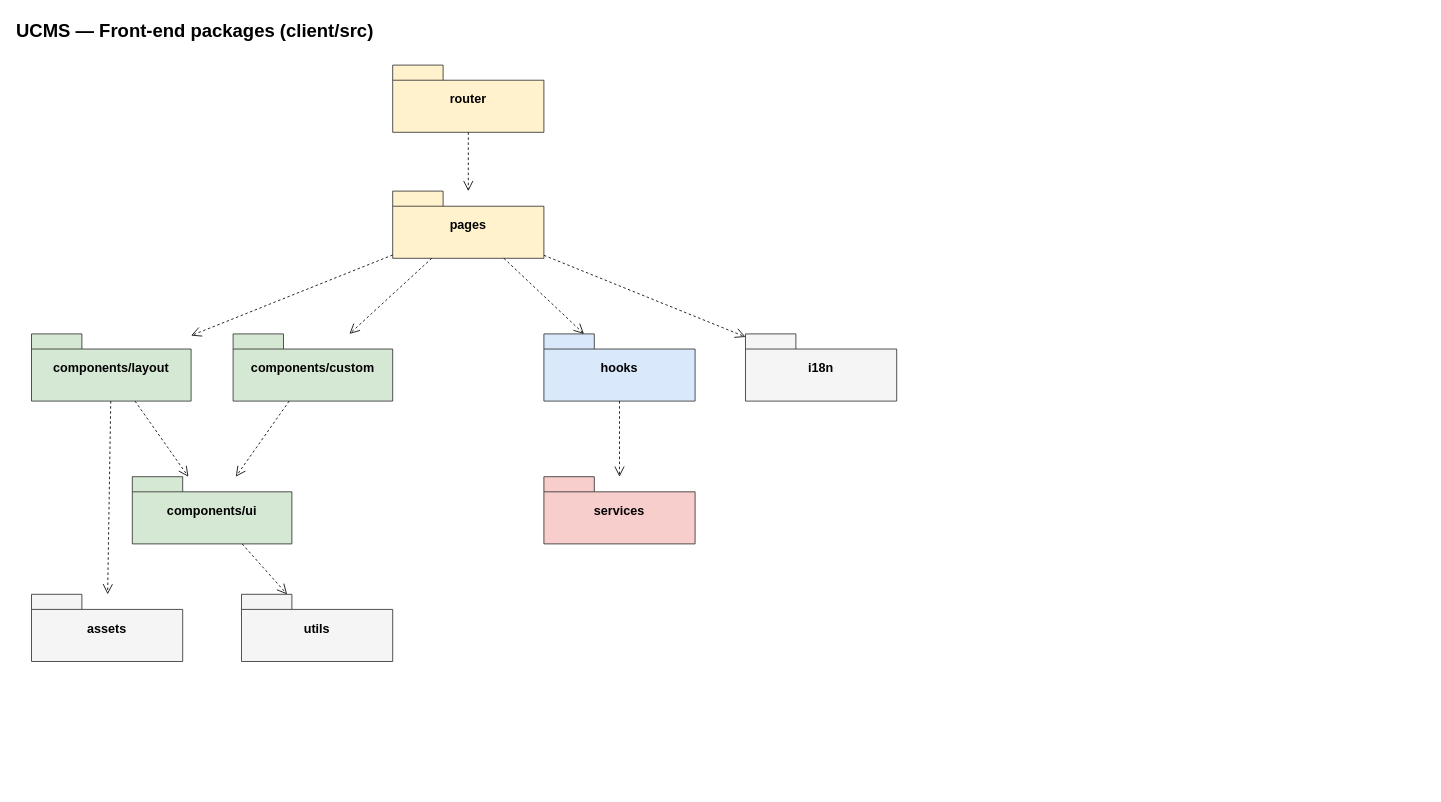
nvdekay/ClubManagementSystem keeps this draw.io diagram as page "Front-end packages" (1 of 2) of docs/03-diagrams/UCMS_Package_Diagrams.drawio. Above is the earlier version. Source tidied: cells renumbered, new cells numbered last; positions are measured from the earlier drawing's top-left corner, leaving out a move shared by most shapes. Both pictures are drawn from the tidied source at 84%, with x=0, y=0 at pixel (14, 14).
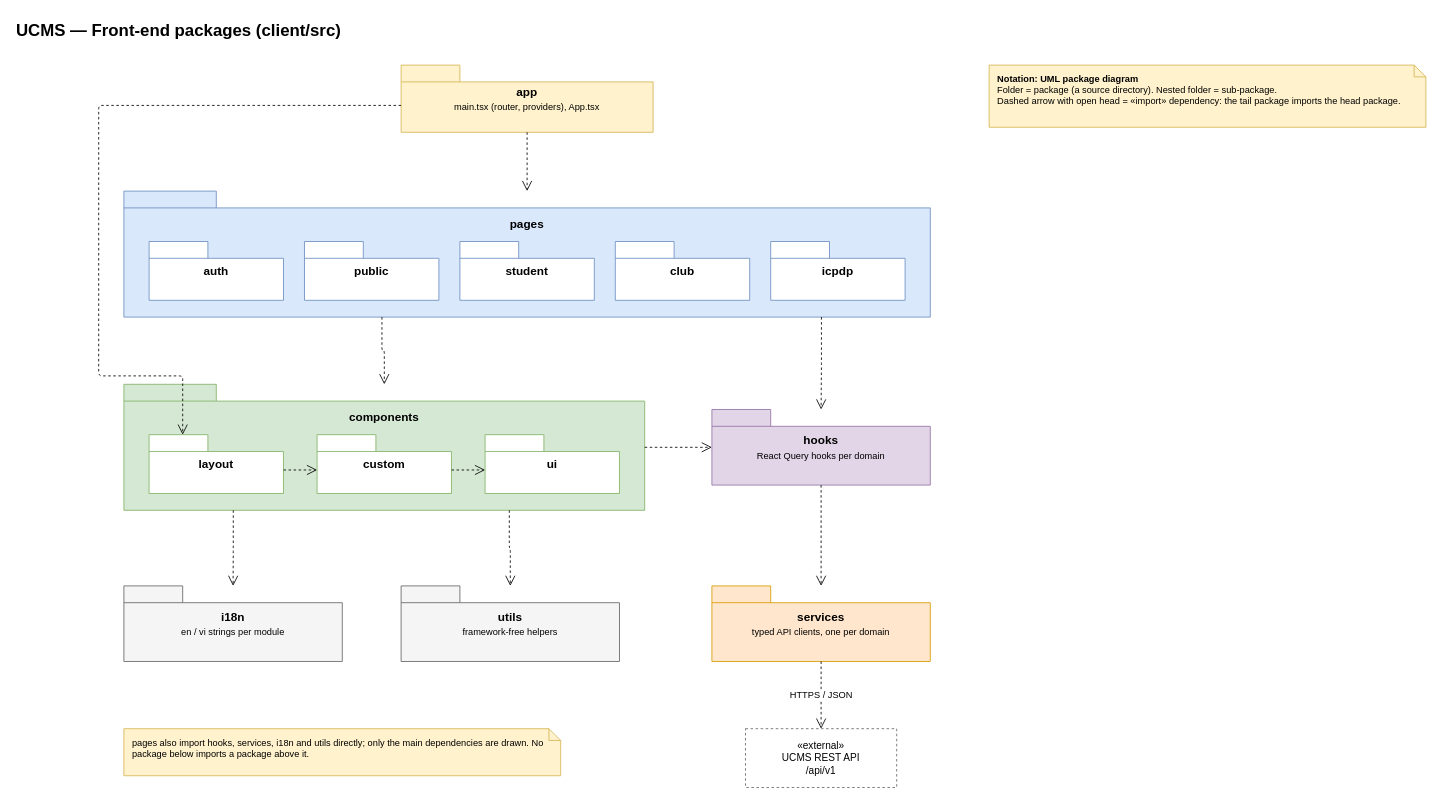
After the change.

Diff of the diagram source:
```diff
@@
-    <mxCell id="2" value="UCMS — Front-end packages (client/src)" style="text;html=1;fontSize=22;fontStyle=1;align=left;verticalAlign=middle;" parent="1" vertex="1">
-      <mxGeometry width="600" height="40" as="geometry" />
+    <mxCell id="2" value="UCMS — Front-end packages (client/src)" style="text;html=1;strokeColor=none;fillColor=none;align=left;verticalAlign=middle;fontSize=20;fontStyle=1;" parent="1" vertex="1">
+      <mxGeometry width="900" height="36" as="geometry" />
     </mxCell>
-    <mxCell id="3" value="router" style="shape=folder;tabWidth=60;tabHeight=18;tabPosition=left;html=1;whiteSpace=wrap;fontSize=15;fontStyle=1;fillColor=#fff2cc;strokeColor=#333333;" parent="1" vertex="1">
-      <mxGeometry x="450" y="60" width="180" height="80" as="geometry" />
-    </mxCell>
+    <mxCell id="23" value="app&lt;br&gt;&lt;span style=&quot;font-weight:normal;font-size:11px&quot;&gt;main.tsx (router, providers), App.tsx&lt;/span&gt;" style="shape=folder;tabWidth=70;tabHeight=20;tabPosition=left;whiteSpace=wrap;html=1;fontStyle=1;fontSize=14;fillColor=#fff2cc;strokeColor=#d6b656;" parent="1" vertex="1">
+      <mxGeometry x="460" y="60" width="300" height="80" as="geometry" />
+    </mxCell>
-    <mxCell id="4" value="pages" style="shape=folder;tabWidth=60;tabHeight=18;tabPosition=left;html=1;whiteSpace=wrap;fontSize=15;fontStyle=1;fillColor=#fff2cc;strokeColor=#333333;" parent="1" vertex="1">
-      <mxGeometry x="450" y="210" width="180" height="80" as="geometry" />
+    <mxCell id="4" value="pages" style="shape=folder;tabWidth=110;tabHeight=20;tabPosition=left;whiteSpace=wrap;html=1;fontStyle=1;fontSize=14;fillColor=#dae8fc;strokeColor=#6c8ebf;verticalAlign=top;spacingTop=24;" parent="1" vertex="1">
+      <mxGeometry x="130" y="210" width="960" height="150" as="geometry" />
     </mxCell>
-    <mxCell id="5" value="components/layout" style="shape=folder;tabWidth=60;tabHeight=18;tabPosition=left;html=1;whiteSpace=wrap;fontSize=15;fontStyle=1;fillColor=#d5e8d4;strokeColor=#333333;" parent="1" vertex="1">
-      <mxGeometry x="20" y="380" width="190" height="80" as="geometry" />
-    </mxCell>
-    <mxCell id="6" value="components/custom" style="shape=folder;tabWidth=60;tabHeight=18;tabPosition=left;html=1;whiteSpace=wrap;fontSize=15;fontStyle=1;fillColor=#d5e8d4;strokeColor=#333333;" parent="1" vertex="1">
-      <mxGeometry x="260" y="380" width="190" height="80" as="geometry" />
-    </mxCell>
-    <mxCell id="7" value="hooks" style="shape=folder;tabWidth=60;tabHeight=18;tabPosition=left;html=1;whiteSpace=wrap;fontSize=15;fontStyle=1;fillColor=#dae8fc;strokeColor=#333333;" parent="1" vertex="1">
-      <mxGeometry x="630" y="380" width="180" height="80" as="geometry" />
-    </mxCell>
-    <mxCell id="8" value="i18n" style="shape=folder;tabWidth=60;tabHeight=18;tabPosition=left;html=1;whiteSpace=wrap;fontSize=15;fontStyle=1;fillColor=#f5f5f5;strokeColor=#333333;" parent="1" vertex="1">
-      <mxGeometry x="870" y="380" width="180" height="80" as="geometry" />
-    </mxCell>
-    <mxCell id="9" value="components/ui" style="shape=folder;tabWidth=60;tabHeight=18;tabPosition=left;html=1;whiteSpace=wrap;fontSize=15;fontStyle=1;fillColor=#d5e8d4;strokeColor=#333333;" parent="1" vertex="1">
-      <mxGeometry x="140" y="550" width="190" height="80" as="geometry" />
-    </mxCell>
-    <mxCell id="10" value="services" style="shape=folder;tabWidth=60;tabHeight=18;tabPosition=left;html=1;whiteSpace=wrap;fontSize=15;fontStyle=1;fillColor=#f8cecc;strokeColor=#333333;" parent="1" vertex="1">
-      <mxGeometry x="630" y="550" width="180" height="80" as="geometry" />
-    </mxCell>
-    <mxCell id="11" value="assets" style="shape=folder;tabWidth=60;tabHeight=18;tabPosition=left;html=1;whiteSpace=wrap;fontSize=15;fontStyle=1;fillColor=#f5f5f5;strokeColor=#333333;" parent="1" vertex="1">
-      <mxGeometry x="20" y="690" width="180" height="80" as="geometry" />
-    </mxCell>
-    <mxCell id="12" value="utils" style="shape=folder;tabWidth=60;tabHeight=18;tabPosition=left;html=1;whiteSpace=wrap;fontSize=15;fontStyle=1;fillColor=#f5f5f5;strokeColor=#333333;" parent="1" vertex="1">
-      <mxGeometry x="270" y="690" width="180" height="80" as="geometry" />
-    </mxCell>
-    <mxCell id="13" style="dashed=1;endArrow=open;endSize=10;html=1;" parent="1" edge="1" source="3" target="4">
-      <mxGeometry relative="1" as="geometry" />
-    </mxCell>
-    <mxCell id="14" style="dashed=1;endArrow=open;endSize=10;html=1;" parent="1" edge="1" source="4" target="5">
-      <mxGeometry relative="1" as="geometry" />
-    </mxCell>
-    <mxCell id="15" style="dashed=1;endArrow=open;endSize=10;html=1;" parent="1" edge="1" source="4" target="6">
-      <mxGeometry relative="1" as="geometry" />
-    </mxCell>
-    <mxCell id="16" style="dashed=1;endArrow=open;endSize=10;html=1;" parent="1" edge="1" source="4" target="7">
-      <mxGeometry relative="1" as="geometry" />
-    </mxCell>
-    <mxCell id="17" style="dashed=1;endArrow=open;endSize=10;html=1;" parent="1" edge="1" source="4" target="8">
-      <mxGeometry relative="1" as="geometry" />
-    </mxCell>
-    <mxCell id="18" style="dashed=1;endArrow=open;endSize=10;html=1;" parent="1" edge="1" source="5" target="9">
-      <mxGeometry relative="1" as="geometry" />
-    </mxCell>
-    <mxCell id="19" style="dashed=1;endArrow=open;endSize=10;html=1;" parent="1" edge="1" source="6" target="9">
-      <mxGeometry relative="1" as="geometry" />
-    </mxCell>
-    <mxCell id="20" style="dashed=1;endArrow=open;endSize=10;html=1;" parent="1" edge="1" source="7" target="10">
-      <mxGeometry relative="1" as="geometry" />
-    </mxCell>
-    <mxCell id="21" style="dashed=1;endArrow=open;endSize=10;html=1;" parent="1" edge="1" source="9" target="12">
-      <mxGeometry relative="1" as="geometry" />
-    </mxCell>
-    <mxCell id="22" style="dashed=1;endArrow=open;endSize=10;html=1;" parent="1" edge="1" source="5" target="11">
-      <mxGeometry relative="1" as="geometry" />
-    </mxCell>
+    <mxCell id="24" value="auth" style="shape=folder;tabWidth=70;tabHeight=20;tabPosition=left;whiteSpace=wrap;html=1;fontStyle=1;fontSize=14;fillColor=#ffffff;strokeColor=#6c8ebf;" parent="1" vertex="1">
+      <mxGeometry x="160" y="270" width="160" height="70" as="geometry" />
+    </mxCell>
+    <mxCell id="25" value="public" style="shape=folder;tabWidth=70;tabHeight=20;tabPosition=left;whiteSpace=wrap;html=1;fontStyle=1;fontSize=14;fillColor=#ffffff;strokeColor=#6c8ebf;" parent="1" vertex="1">
+      <mxGeometry x="345" y="270" width="160" height="70" as="geometry" />
+    </mxCell>
+    <mxCell id="26" value="student" style="shape=folder;tabWidth=70;tabHeight=20;tabPosition=left;whiteSpace=wrap;html=1;fontStyle=1;fontSize=14;fillColor=#ffffff;strokeColor=#6c8ebf;" parent="1" vertex="1">
+      <mxGeometry x="530" y="270" width="160" height="70" as="geometry" />
+    </mxCell>
+    <mxCell id="27" value="club" style="shape=folder;tabWidth=70;tabHeight=20;tabPosition=left;whiteSpace=wrap;html=1;fontStyle=1;fontSize=14;fillColor=#ffffff;strokeColor=#6c8ebf;" parent="1" vertex="1">
+      <mxGeometry x="715" y="270" width="160" height="70" as="geometry" />
+    </mxCell>
+    <mxCell id="28" value="icpdp" style="shape=folder;tabWidth=70;tabHeight=20;tabPosition=left;whiteSpace=wrap;html=1;fontStyle=1;fontSize=14;fillColor=#ffffff;strokeColor=#6c8ebf;" parent="1" vertex="1">
+      <mxGeometry x="900" y="270" width="160" height="70" as="geometry" />
+    </mxCell>
+    <mxCell id="29" value="components" style="shape=folder;tabWidth=110;tabHeight=20;tabPosition=left;whiteSpace=wrap;html=1;fontStyle=1;fontSize=14;fillColor=#d5e8d4;strokeColor=#82b366;verticalAlign=top;spacingTop=24;" parent="1" vertex="1">
+      <mxGeometry x="130" y="440" width="620" height="150" as="geometry" />
+    </mxCell>
+    <mxCell id="30" value="layout" style="shape=folder;tabWidth=70;tabHeight=20;tabPosition=left;whiteSpace=wrap;html=1;fontStyle=1;fontSize=14;fillColor=#ffffff;strokeColor=#82b366;" parent="1" vertex="1">
+      <mxGeometry x="160" y="500" width="160" height="70" as="geometry" />
+    </mxCell>
+    <mxCell id="31" value="custom" style="shape=folder;tabWidth=70;tabHeight=20;tabPosition=left;whiteSpace=wrap;html=1;fontStyle=1;fontSize=14;fillColor=#ffffff;strokeColor=#82b366;" parent="1" vertex="1">
+      <mxGeometry x="360" y="500" width="160" height="70" as="geometry" />
+    </mxCell>
+    <mxCell id="32" value="ui" style="shape=folder;tabWidth=70;tabHeight=20;tabPosition=left;whiteSpace=wrap;html=1;fontStyle=1;fontSize=14;fillColor=#ffffff;strokeColor=#82b366;" parent="1" vertex="1">
+      <mxGeometry x="560" y="500" width="160" height="70" as="geometry" />
+    </mxCell>
+    <mxCell id="33" value="hooks&lt;br&gt;&lt;span style=&quot;font-weight:normal;font-size:11px&quot;&gt;React Query hooks per domain&lt;/span&gt;" style="shape=folder;tabWidth=70;tabHeight=20;tabPosition=left;whiteSpace=wrap;html=1;fontStyle=1;fontSize=14;fillColor=#e1d5e7;strokeColor=#9673a6;" parent="1" vertex="1">
+      <mxGeometry x="830" y="470" width="260" height="90" as="geometry" />
+    </mxCell>
+    <mxCell id="34" value="i18n&lt;br&gt;&lt;span style=&quot;font-weight:normal;font-size:11px&quot;&gt;en / vi strings per module&lt;/span&gt;" style="shape=folder;tabWidth=70;tabHeight=20;tabPosition=left;whiteSpace=wrap;html=1;fontStyle=1;fontSize=14;fillColor=#f5f5f5;strokeColor=#666666;" parent="1" vertex="1">
+      <mxGeometry x="130" y="680" width="260" height="90" as="geometry" />
+    </mxCell>
+    <mxCell id="35" value="utils&lt;br&gt;&lt;span style=&quot;font-weight:normal;font-size:11px&quot;&gt;framework-free helpers&lt;/span&gt;" style="shape=folder;tabWidth=70;tabHeight=20;tabPosition=left;whiteSpace=wrap;html=1;fontStyle=1;fontSize=14;fillColor=#f5f5f5;strokeColor=#666666;" parent="1" vertex="1">
+      <mxGeometry x="460" y="680" width="260" height="90" as="geometry" />
+    </mxCell>
+    <mxCell id="36" value="services&lt;br&gt;&lt;span style=&quot;font-weight:normal;font-size:11px&quot;&gt;typed API clients, one per domain&lt;/span&gt;" style="shape=folder;tabWidth=70;tabHeight=20;tabPosition=left;whiteSpace=wrap;html=1;fontStyle=1;fontSize=14;fillColor=#ffe6cc;strokeColor=#d79b00;" parent="1" vertex="1">
+      <mxGeometry x="830" y="680" width="260" height="90" as="geometry" />
+    </mxCell>
+    <mxCell id="37" value="«external»&lt;br&gt;UCMS REST API&lt;br&gt;/api/v1" style="rounded=0;whiteSpace=wrap;html=1;dashed=1;fontSize=12;fillColor=#ffffff;strokeColor=#666666;" parent="1" vertex="1">
+      <mxGeometry x="870" y="850" width="180" height="70" as="geometry" />
+    </mxCell>
+    <mxCell id="38" style="html=1;rounded=1;arcSize=8;fontSize=11;labelBackgroundColor=#ffffff;dashed=1;endArrow=open;endSize=10;edgeStyle=orthogonalEdgeStyle;exitX=0.5;exitY=1;entryX=0.5;entryY=0;" parent="1" edge="1" source="23" target="4">
+      <mxGeometry relative="1" as="geometry" />
+    </mxCell>
+    <mxCell id="39" style="html=1;rounded=1;arcSize=8;fontSize=11;labelBackgroundColor=#ffffff;dashed=1;endArrow=open;endSize=10;edgeStyle=orthogonalEdgeStyle;exitX=0;exitY=0.6;entryX=0.25;entryY=0;" parent="1" edge="1" source="23" target="30">
+      <mxGeometry relative="1" as="geometry">
+        <Array as="points">
+          <mxPoint x="100" y="108" />
+          <mxPoint x="100" y="430" />
+          <mxPoint x="200" y="430" />
+        </Array>
+      </mxGeometry>
+    </mxCell>
+    <mxCell id="40" style="html=1;rounded=1;arcSize=8;fontSize=11;labelBackgroundColor=#ffffff;dashed=1;endArrow=open;endSize=10;edgeStyle=orthogonalEdgeStyle;exitX=0.32;exitY=1;entryX=0.5;entryY=0;" parent="1" edge="1" source="4" target="29">
+      <mxGeometry relative="1" as="geometry" />
+    </mxCell>
+    <mxCell id="41" style="html=1;rounded=1;arcSize=8;fontSize=11;labelBackgroundColor=#ffffff;dashed=1;endArrow=open;endSize=10;edgeStyle=orthogonalEdgeStyle;exitX=0.865;exitY=1;entryX=0.5;entryY=0;" parent="1" edge="1" source="4" target="33">
+      <mxGeometry relative="1" as="geometry" />
+    </mxCell>
+    <mxCell id="42" style="html=1;rounded=1;arcSize=8;fontSize=11;labelBackgroundColor=#ffffff;dashed=1;endArrow=open;endSize=10;edgeStyle=orthogonalEdgeStyle;exitX=1;exitY=0.5;entryX=0;entryY=0.5;" parent="1" edge="1" source="29" target="33">
+      <mxGeometry relative="1" as="geometry" />
+    </mxCell>
+    <mxCell id="43" style="html=1;rounded=1;arcSize=8;fontSize=11;labelBackgroundColor=#ffffff;dashed=1;endArrow=open;endSize=10;edgeStyle=orthogonalEdgeStyle;exitX=1;exitY=0.6;entryX=0;entryY=0.6;" parent="1" edge="1" source="30" target="31">
+      <mxGeometry relative="1" as="geometry" />
+    </mxCell>
+    <mxCell id="44" style="html=1;rounded=1;arcSize=8;fontSize=11;labelBackgroundColor=#ffffff;dashed=1;endArrow=open;endSize=10;edgeStyle=orthogonalEdgeStyle;exitX=1;exitY=0.6;entryX=0;entryY=0.6;" parent="1" edge="1" source="31" target="32">
+      <mxGeometry relative="1" as="geometry" />
+    </mxCell>
+    <mxCell id="45" style="html=1;rounded=1;arcSize=8;fontSize=11;labelBackgroundColor=#ffffff;dashed=1;endArrow=open;endSize=10;edgeStyle=orthogonalEdgeStyle;exitX=0.21;exitY=1;entryX=0.5;entryY=0;" parent="1" edge="1" source="29" target="34">
+      <mxGeometry relative="1" as="geometry" />
+    </mxCell>
+    <mxCell id="46" style="html=1;rounded=1;arcSize=8;fontSize=11;labelBackgroundColor=#ffffff;dashed=1;endArrow=open;endSize=10;edgeStyle=orthogonalEdgeStyle;exitX=0.74;exitY=1;entryX=0.5;entryY=0;" parent="1" edge="1" source="29" target="35">
+      <mxGeometry relative="1" as="geometry" />
+    </mxCell>
+    <mxCell id="47" style="html=1;rounded=1;arcSize=8;fontSize=11;labelBackgroundColor=#ffffff;dashed=1;endArrow=open;endSize=10;edgeStyle=orthogonalEdgeStyle;exitX=0.5;exitY=1;entryX=0.5;entryY=0;" parent="1" edge="1" source="33" target="36">
+      <mxGeometry relative="1" as="geometry" />
+    </mxCell>
+    <mxCell id="48" value="HTTPS / JSON" style="html=1;rounded=1;arcSize=8;fontSize=11;labelBackgroundColor=#ffffff;dashed=1;endArrow=open;endSize=10;edgeStyle=orthogonalEdgeStyle;exitX=0.5;exitY=1;entryX=0.5;entryY=0;" parent="1" edge="1" source="36" target="37">
+      <mxGeometry relative="1" as="geometry" />
+    </mxCell>
+    <mxCell id="49" value="pages also import hooks, services, i18n and utils directly; only the main dependencies are drawn. No package below imports a package above it." style="shape=note;size=14;whiteSpace=wrap;html=1;align=left;verticalAlign=top;spacingLeft=8;spacingTop=4;fontSize=11;fillColor=#fff2cc;strokeColor=#d6b656;" parent="1" vertex="1">
+      <mxGeometry x="130" y="850" width="520" height="56" as="geometry" />
+    </mxCell>
+    <mxCell id="50" value="&lt;b&gt;Notation: UML package diagram&lt;/b&gt;&lt;br&gt;Folder = package (a source directory). Nested folder = sub-package.&lt;br&gt;Dashed arrow with open head = «import» dependency: the tail package imports the head package." style="shape=note;size=14;whiteSpace=wrap;html=1;align=left;verticalAlign=top;spacingLeft=8;spacingTop=4;fontSize=11;fillColor=#fff2cc;strokeColor=#d6b656;" parent="1" vertex="1">
+      <mxGeometry x="1160" y="60" width="520" height="74" as="geometry" />
+    </mxCell>
```
